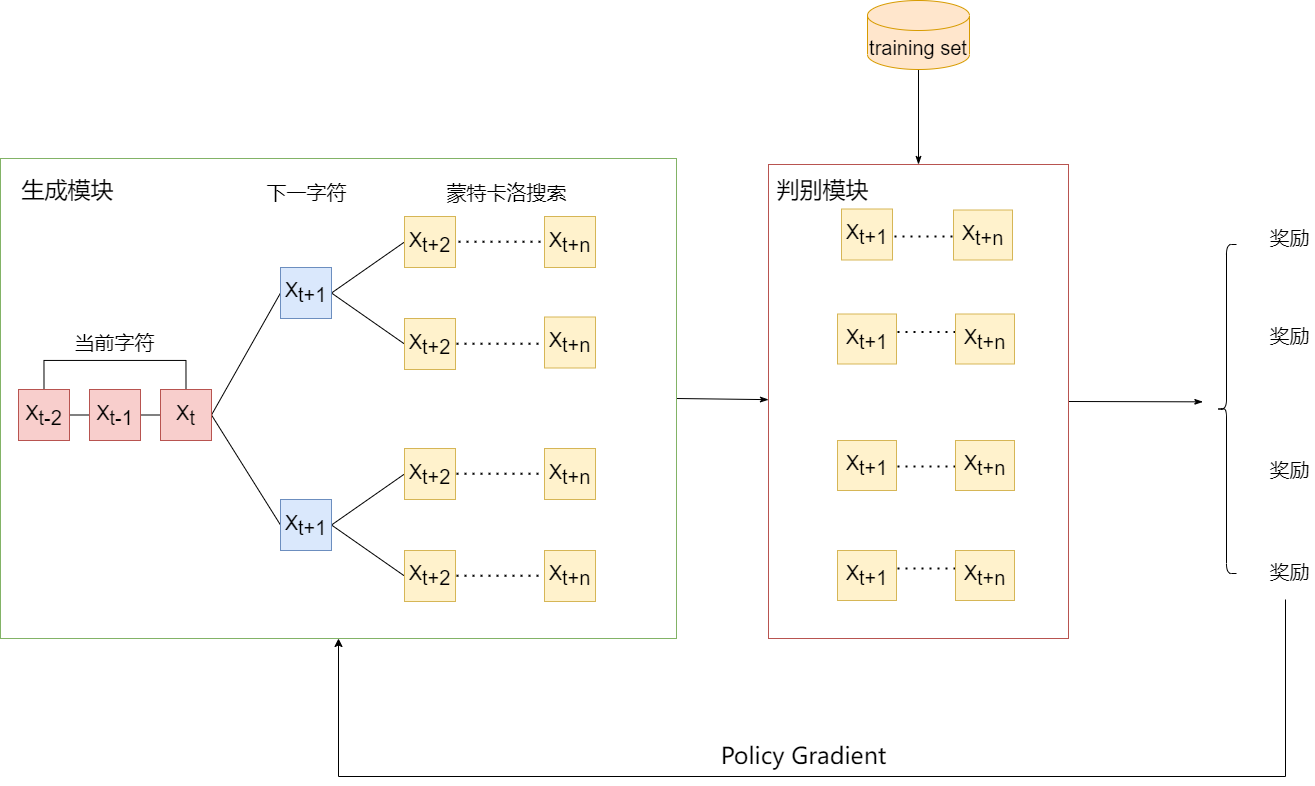
lakomi/pictures keeps this draw.io diagram as seqgan.drawio.png. Above is the earlier version. Source tidied: cells renumbered, new cells last; positions are measured from the earlier drawing's top-left corner, leaving out a move shared by most shapes.
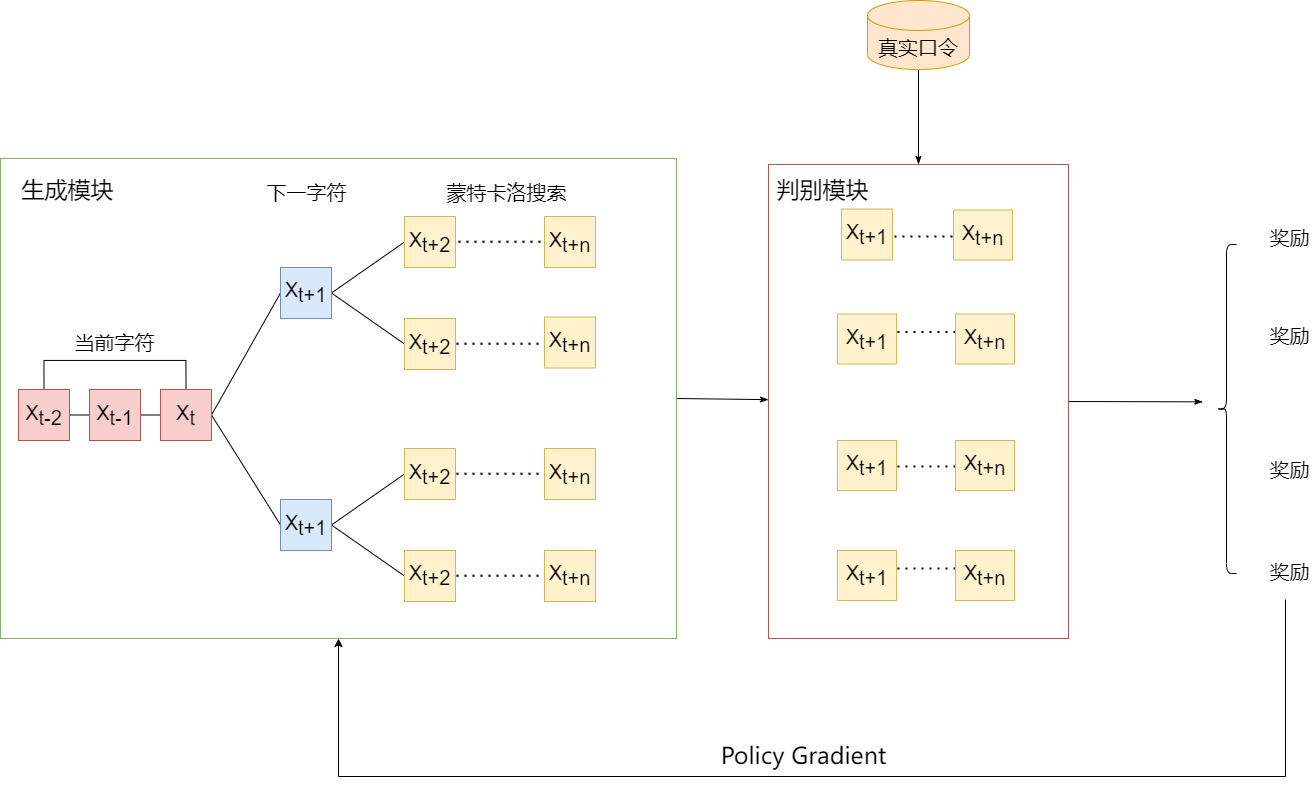
The same diagram one commit later.

The edit, as a diff of the source:
```diff
@@ -19,7 +19,7 @@
     <mxCell id="6" style="edgeStyle=none;rounded=0;jettySize=auto;html=1;exitX=0.5;exitY=1;exitDx=0;exitDy=0;exitPerimeter=0;fontSize=20;endArrow=classicThin;endFill=1;" parent="1" edge="1" source="7" target="3">
       <mxGeometry relative="1" as="geometry" />
     </mxCell>
-    <mxCell id="7" value="training set" style="shape=cylinder3;whiteSpace=wrap;html=1;boundedLbl=1;backgroundOutline=1;size=15;fillColor=#ffe6cc;strokeColor=#d79b00;fontSize=20;" parent="1" vertex="1">
+    <mxCell id="7" value="真实口令" style="shape=cylinder3;whiteSpace=wrap;html=1;boundedLbl=1;backgroundOutline=1;size=15;fillColor=#ffe6cc;strokeColor=#d79b00;fontSize=20;" parent="1" vertex="1">
       <mxGeometry x="867" width="102" height="69" as="geometry" />
     </mxCell>
     <mxCell id="8" style="edgeStyle=orthogonalEdgeStyle;rounded=0;jettySize=auto;html=1;exitX=1;exitY=0.5;exitDx=0;exitDy=0;entryX=0;entryY=0.5;entryDx=0;entryDy=0;fontSize=20;endArrow=none;endFill=0;" parent="1" edge="1" source="10" target="12">
```
